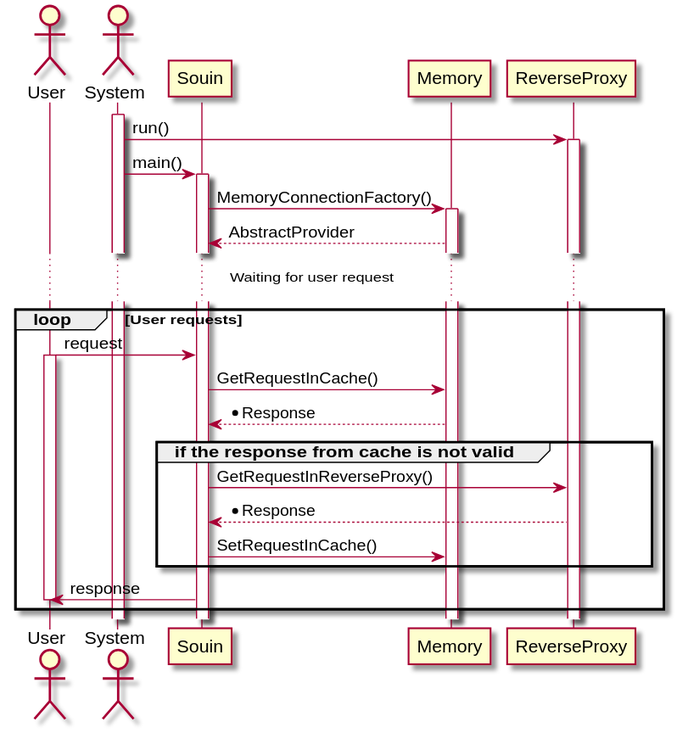
Before: docs/plantUML/sequenceDiagram.svg, a diagram exported from PlantUML (darkweak/souin).
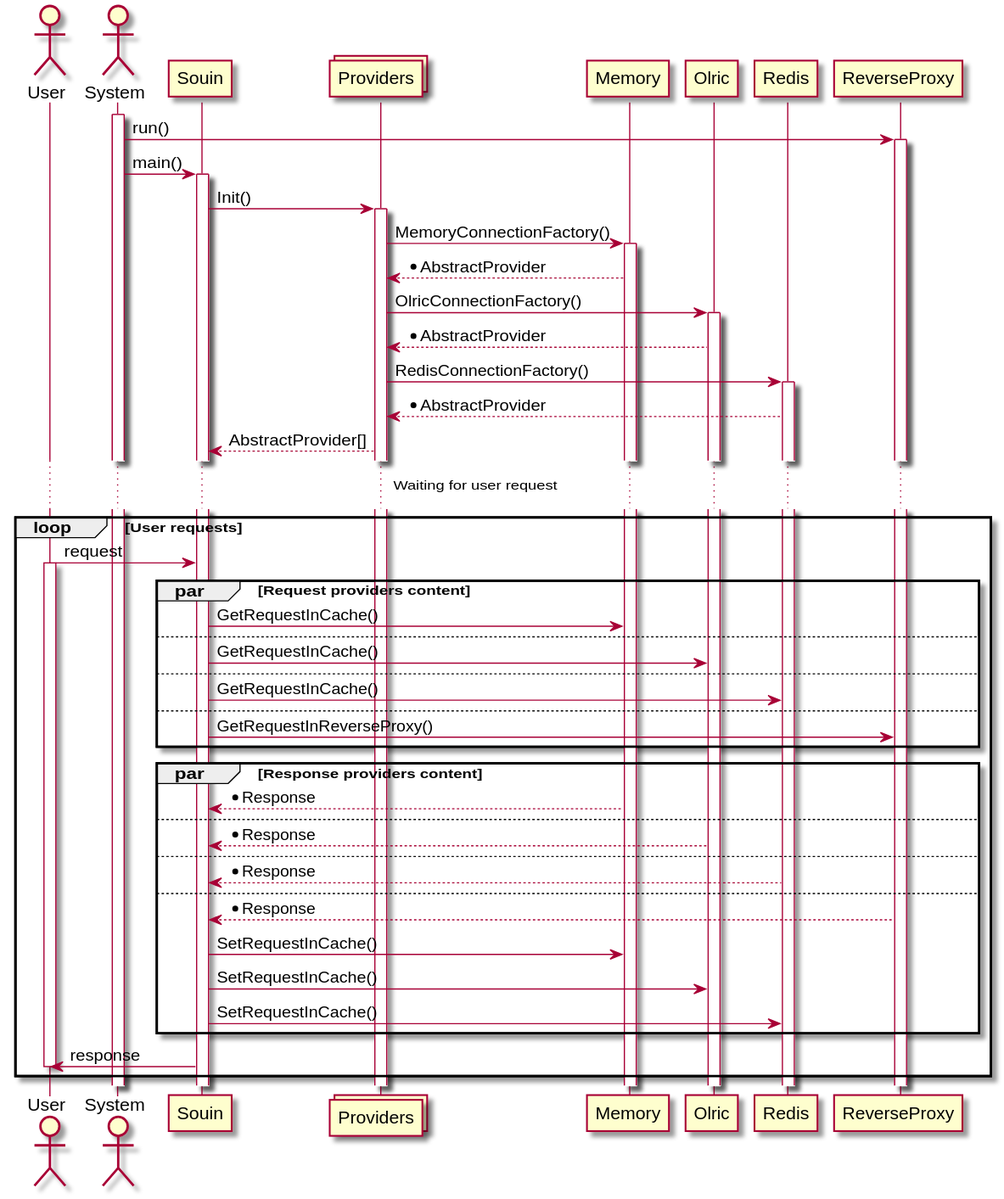
After the change.

Change to the diagram source:
```diff
@@ -3,22 +3,46 @@
 actor System
 activate System
 participant Souin
+collections Providers
 participant Memory
+participant Olric
+participant Redis
 participant ReverseProxy
 System -> ReverseProxy ++ : run()
 System -> Souin ++ : main()
-Souin -> Memory ++ : MemoryConnectionFactory()
-Souin <-- Memory : AbstractProvider
+Souin -> Providers : Init()
+activate Providers
+Providers -> Memory ++ : MemoryConnectionFactory()
+Providers <-- Memory : *AbstractProvider
+Providers -> Olric ++ : OlricConnectionFactory()
+Providers <-- Olric : *AbstractProvider
+Providers -> Redis ++ : RedisConnectionFactory()
+Providers <-- Redis : *AbstractProvider
+Souin <-- Providers : AbstractProvider[]
 ... Waiting for user request ...
 loop User requests
   User -> Souin : request
   activate User
-  Souin -> Memory: GetRequestInCache()
-  Souin <-- Memory: *Response
-  group if the response from cache is not valid
+  par Request providers content
+    Souin -> Memory: GetRequestInCache()
+  else
+    Souin -> Olric: GetRequestInCache()
+  else
+    Souin -> Redis: GetRequestInCache()
+  else
     Souin -> ReverseProxy: GetRequestInReverseProxy()
+  end
+  par Response providers content
+    Souin <-- Memory: *Response
+  else
+    Souin <-- Olric: *Response
+  else
+    Souin <-- Redis: *Response
+  else
     Souin <-- ReverseProxy: *Response
     Souin -> Memory: SetRequestInCache()
+    Souin -> Olric: SetRequestInCache()
+    Souin -> Redis: SetRequestInCache()
   end
 Souin -> User : response
 deactivate User
```
